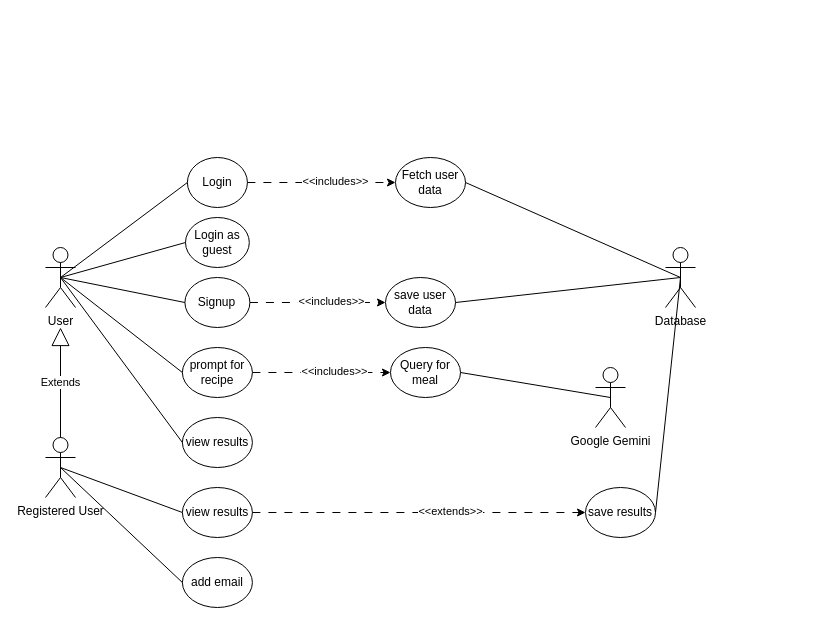
Above: diagrams/project_usecase_diagram.drawio in Mark-Guerta/SENG401_project_group14_L01 (draw.io), before the change. Source tidied: cells renumbered, new cells numbered last; positions are measured from the earlier drawing's top-left corner, leaving out a move shared by most shapes. Both pictures are drawn from the tidied source at 100%, with x=0, y=0 at pixel (45, 157).
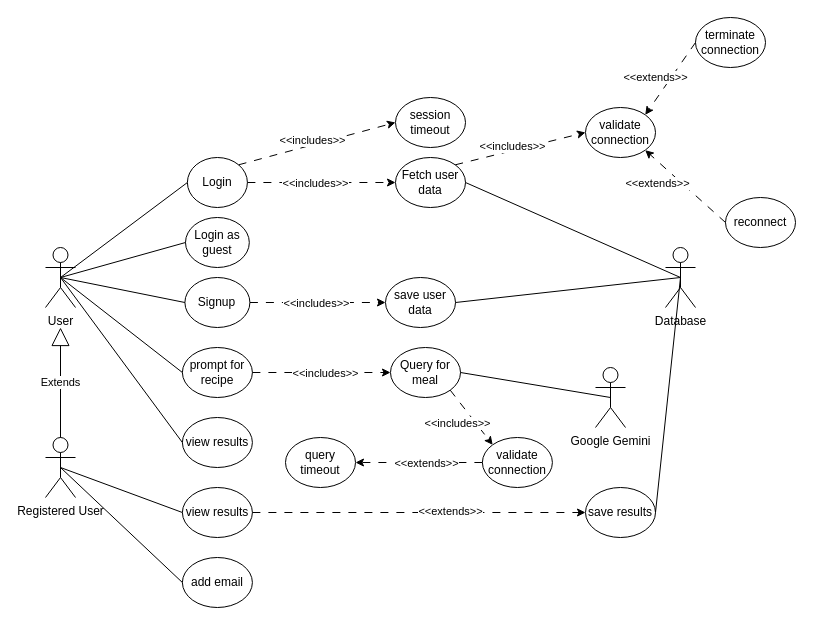
After the change.

Commit message:
added functional and non functional use cases

The change refers to these unchanged cells:
```xml
<mxCell id="6" value="Login" style="ellipse;whiteSpace=wrap;html=1;" parent="1" vertex="1">
  <mxGeometry x="141.9" width="60" height="50" as="geometry" />
</mxCell>
<mxCell id="10" value="Fetch user data" style="ellipse;whiteSpace=wrap;html=1;" parent="1" vertex="1">
  <mxGeometry x="350" width="70" height="50" as="geometry" />
</mxCell>
<mxCell id="11" value="Query for meal" style="ellipse;whiteSpace=wrap;html=1;" parent="1" vertex="1">
  <mxGeometry x="345" y="190" width="70" height="50" as="geometry" />
</mxCell>
<mxCell id="15" style="endArrow=classic;html=1;dashed=1;exitX=1;exitY=0.5;exitDx=0;exitDy=0;entryX=0;entryY=0.5;entryDx=0;entryDy=0;dashPattern=8 8;" parent="1" edge="1" source="12" target="11">
  <mxGeometry relative="1" as="geometry" />
</mxCell>
<mxCell id="18" style="endArrow=classic;html=1;dashed=1;exitX=1;exitY=0.5;exitDx=0;exitDy=0;entryX=0;entryY=0.5;entryDx=0;entryDy=0;dashPattern=8 8;" parent="1" edge="1" source="7" target="17">
  <mxGeometry relative="1" as="geometry" />
</mxCell>
<mxCell id="20" style="endArrow=classic;html=1;dashed=1;exitX=1;exitY=0.5;exitDx=0;exitDy=0;entryX=0;entryY=0.5;entryDx=0;entryDy=0;dashPattern=8 8;" parent="1" edge="1" source="6" target="10">
  <mxGeometry relative="1" as="geometry" />
</mxCell>
```

Change to the diagram source:
```diff
@@
     <mxCell id="16" value="&amp;lt;&amp;lt;includes&amp;gt;&amp;gt;" style="edgeLabel;html=1;align=center;verticalAlign=middle;" parent="15" vertex="1">
-      <mxGeometry x="0.19" y="2" relative="1" as="geometry" />
+      <mxGeometry x="0.19" y="2" relative="1" as="geometry">
+        <mxPoint x="-9" y="2" as="offset" />
+      </mxGeometry>
     </mxCell>
@@
     <mxCell id="19" value="&amp;lt;&amp;lt;includes&amp;gt;&amp;gt;" style="edgeLabel;html=1;align=center;verticalAlign=middle;" parent="18" vertex="1">
-      <mxGeometry x="0.19" y="2" relative="1" as="geometry" />
+      <mxGeometry x="0.19" y="2" relative="1" as="geometry">
+        <mxPoint x="-15" y="2" as="offset" />
+      </mxGeometry>
     </mxCell>
@@
     <mxCell id="21" value="&amp;lt;&amp;lt;includes&amp;gt;&amp;gt;" style="edgeLabel;html=1;align=center;verticalAlign=middle;" parent="20" vertex="1">
-      <mxGeometry x="0.19" y="2" relative="1" as="geometry" />
+      <mxGeometry x="0.19" y="2" relative="1" as="geometry">
+        <mxPoint x="-20" y="2" as="offset" />
+      </mxGeometry>
     </mxCell>
@@
+    <mxCell id="37" value="session timeout" style="ellipse;whiteSpace=wrap;html=1;" parent="1" vertex="1">
+      <mxGeometry x="350" y="-60" width="70" height="50" as="geometry" />
+    </mxCell>
+    <mxCell id="38" style="endArrow=classic;html=1;dashed=1;exitX=1;exitY=0;exitDx=0;exitDy=0;entryX=0;entryY=0.5;entryDx=0;entryDy=0;dashPattern=8 8;" parent="1" edge="1" source="6" target="37">
+      <mxGeometry relative="1" as="geometry" />
+    </mxCell>
+    <mxCell id="39" value="&amp;lt;&amp;lt;includes&amp;gt;&amp;gt;" style="edgeLabel;html=1;align=center;verticalAlign=middle;" parent="38" vertex="1">
+      <mxGeometry x="0.19" y="2" relative="1" as="geometry">
+        <mxPoint x="-20" y="2" as="offset" />
+      </mxGeometry>
+    </mxCell>
+    <mxCell id="40" value="validate connection" style="ellipse;whiteSpace=wrap;html=1;" parent="1" vertex="1">
+      <mxGeometry x="436.9" y="280" width="70" height="50" as="geometry" />
+    </mxCell>
+    <mxCell id="41" style="endArrow=classic;html=1;dashed=1;exitX=1;exitY=1;exitDx=0;exitDy=0;entryX=0;entryY=0;entryDx=0;entryDy=0;dashPattern=8 8;" parent="1" edge="1" source="11" target="40">
+      <mxGeometry relative="1" as="geometry" />
+    </mxCell>
+    <mxCell id="42" value="&amp;lt;&amp;lt;includes&amp;gt;&amp;gt;" style="edgeLabel;html=1;align=center;verticalAlign=middle;" parent="41" vertex="1">
+      <mxGeometry x="0.19" y="2" relative="1" as="geometry">
+        <mxPoint x="-20" y="2" as="offset" />
+      </mxGeometry>
+    </mxCell>
+    <mxCell id="43" value="validate connection" style="ellipse;whiteSpace=wrap;html=1;" parent="1" vertex="1">
+      <mxGeometry x="540" y="-50" width="70" height="50" as="geometry" />
+    </mxCell>
+    <mxCell id="44" style="endArrow=classic;html=1;dashed=1;exitX=1;exitY=0;exitDx=0;exitDy=0;entryX=0;entryY=0.5;entryDx=0;entryDy=0;dashPattern=8 8;" parent="1" edge="1" source="10" target="43">
+      <mxGeometry relative="1" as="geometry" />
+    </mxCell>
+    <mxCell id="45" value="&amp;lt;&amp;lt;includes&amp;gt;&amp;gt;" style="edgeLabel;html=1;align=center;verticalAlign=middle;" parent="44" vertex="1">
+      <mxGeometry x="0.19" y="2" relative="1" as="geometry">
+        <mxPoint x="-20" y="2" as="offset" />
+      </mxGeometry>
+    </mxCell>
+    <mxCell id="46" value="reconnect" style="ellipse;whiteSpace=wrap;html=1;" parent="1" vertex="1">
+      <mxGeometry x="680" y="40" width="70" height="50" as="geometry" />
+    </mxCell>
+    <mxCell id="47" style="endArrow=classic;html=1;dashed=1;entryX=1;entryY=1;entryDx=0;entryDy=0;dashPattern=8 8;exitX=0;exitY=0.5;exitDx=0;exitDy=0;" parent="1" edge="1" source="46" target="43">
+      <mxGeometry relative="1" as="geometry" />
+    </mxCell>
+    <mxCell id="48" value="&amp;lt;&amp;lt;extends&amp;gt;&amp;gt;" style="edgeLabel;html=1;align=center;verticalAlign=middle;" parent="47" vertex="1">
+      <mxGeometry x="0.19" y="2" relative="1" as="geometry">
+        <mxPoint x="-20" y="2" as="offset" />
+      </mxGeometry>
+    </mxCell>
+    <mxCell id="49" value="terminate connection" style="ellipse;whiteSpace=wrap;html=1;" parent="1" vertex="1">
+      <mxGeometry x="650" y="-140" width="70" height="50" as="geometry" />
+    </mxCell>
+    <mxCell id="50" style="endArrow=classic;html=1;dashed=1;exitX=0;exitY=0.5;exitDx=0;exitDy=0;entryX=1;entryY=0;entryDx=0;entryDy=0;dashPattern=8 8;" parent="1" edge="1" source="49" target="43">
+      <mxGeometry relative="1" as="geometry" />
+    </mxCell>
+    <mxCell id="51" value="&amp;lt;&amp;lt;extends&amp;gt;&amp;gt;" style="edgeLabel;html=1;align=center;verticalAlign=middle;" parent="50" vertex="1">
+      <mxGeometry x="0.19" y="2" relative="1" as="geometry">
+        <mxPoint x="-12" y="-9" as="offset" />
+      </mxGeometry>
+    </mxCell>
+    <mxCell id="52" value="query timeout" style="ellipse;whiteSpace=wrap;html=1;" parent="1" vertex="1">
+      <mxGeometry x="240" y="280" width="70" height="50" as="geometry" />
+    </mxCell>
+    <mxCell id="53" style="endArrow=classic;html=1;dashed=1;exitX=0;exitY=0.5;exitDx=0;exitDy=0;entryX=1;entryY=0.5;entryDx=0;entryDy=0;dashPattern=8 8;" parent="1" edge="1" source="40" target="52">
+      <mxGeometry relative="1" as="geometry" />
+    </mxCell>
+    <mxCell id="54" value="&amp;lt;&amp;lt;extends&amp;gt;&amp;gt;" style="edgeLabel;html=1;align=center;verticalAlign=middle;" parent="53" vertex="1">
+      <mxGeometry x="0.19" y="2" relative="1" as="geometry">
+        <mxPoint x="20" y="-2" as="offset" />
+      </mxGeometry>
+    </mxCell>
```
